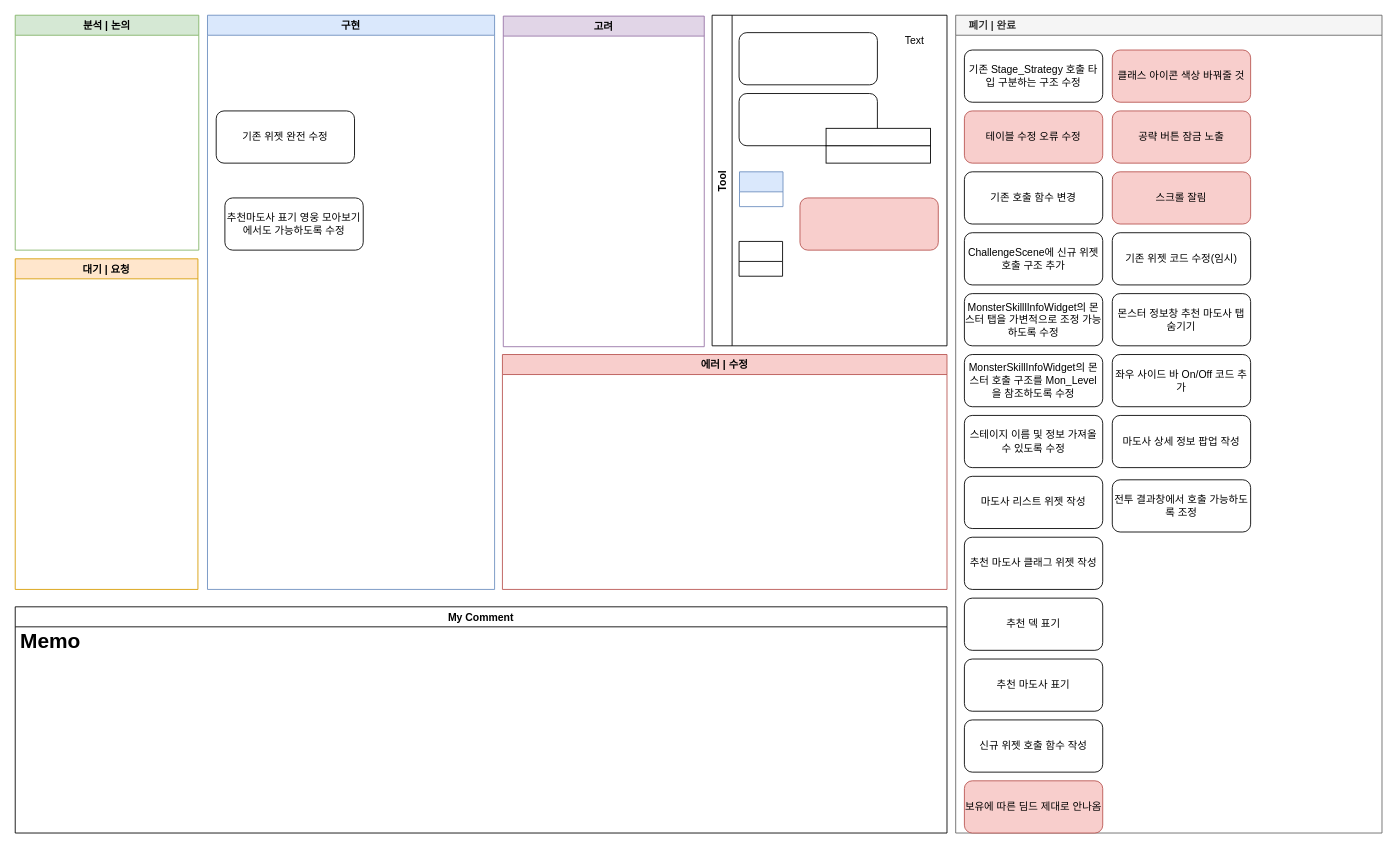
Before: 던전 추천 마도사 진행상황.drawio in Endorr/Job-Board, a draw.io diagram. Source tidied: cells renumbered, new cells numbered last; positions are measured from the earlier drawing's top-left corner, leaving out a move shared by most shapes. Both pictures are drawn from the tidied source at 87%, with x=0, y=0 at pixel (15, 15).
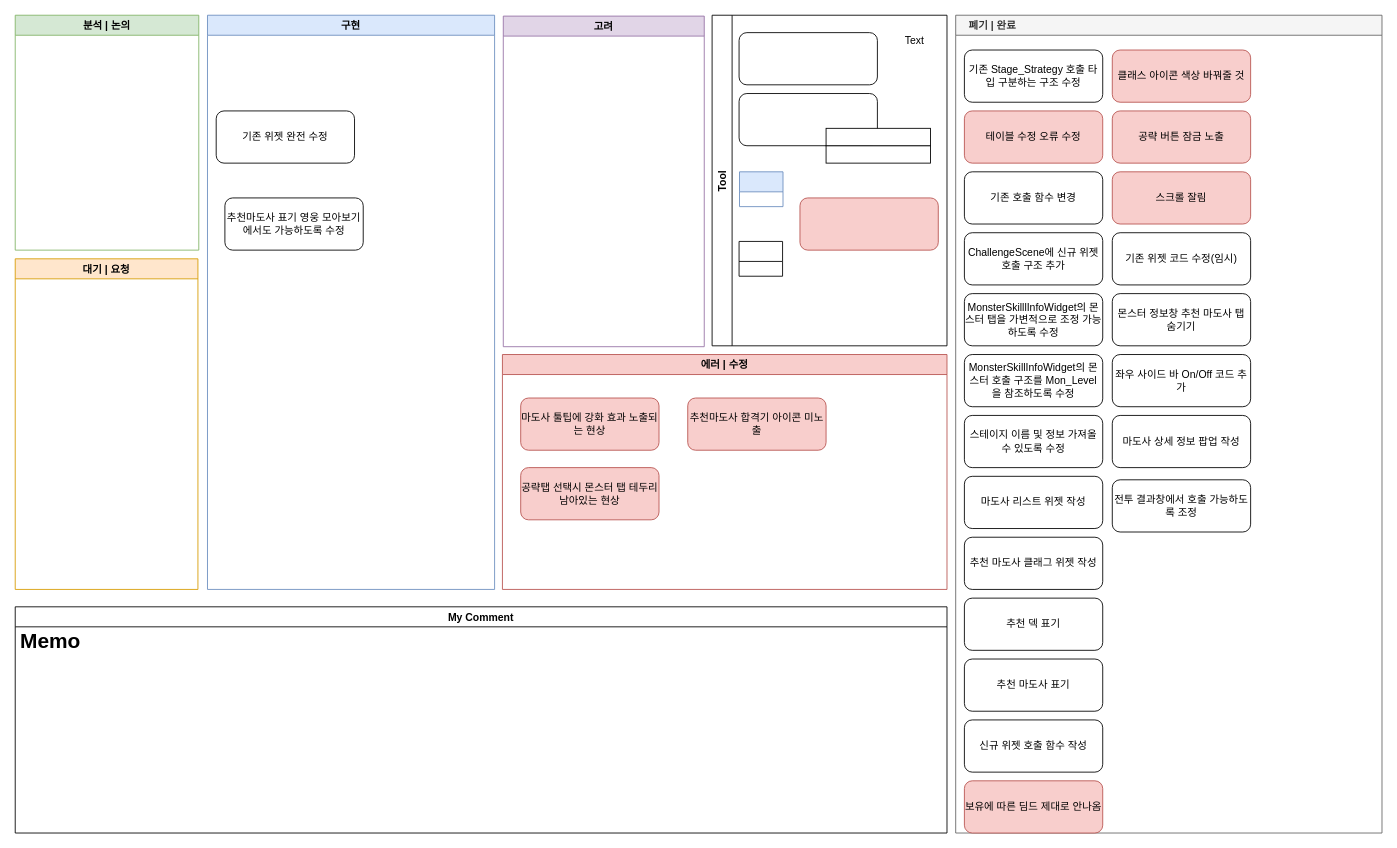
Above is the later version.

Commit message:
던전 추천 마도사 진행상황.drawio 업데이트

Unchanged cells that the change refers to:
```xml
<mxCell id="3" value="에러 | 수정" style="swimlane;fillColor=#f8cecc;strokeColor=#b85450;startSize=23;" parent="2" vertex="1">
  <mxGeometry x="339" y="390" width="511" height="270" as="geometry" />
</mxCell>
```

Diff of the diagram source:
```diff
@@
+    <mxCell id="43" value="마도사 툴팁에 강화 효과 노출되는 현상" style="rounded=1;whiteSpace=wrap;html=1;fillColor=#f8cecc;strokeColor=#b85450;" parent="3" vertex="1">
+      <mxGeometry x="21" y="50" width="159" height="60" as="geometry" />
+    </mxCell>
+    <mxCell id="44" value="추천마도사 합격기 아이콘 미노출" style="rounded=1;whiteSpace=wrap;html=1;fillColor=#f8cecc;strokeColor=#b85450;" parent="3" vertex="1">
+      <mxGeometry x="213" y="50" width="159" height="60" as="geometry" />
+    </mxCell>
+    <mxCell id="45" value="공략탭 선택시 몬스터 탭 테두리 남아있는 현상" style="rounded=1;whiteSpace=wrap;html=1;fillColor=#f8cecc;strokeColor=#b85450;" parent="3" vertex="1">
+      <mxGeometry x="21" y="130" width="159" height="60" as="geometry" />
+    </mxCell>
```
